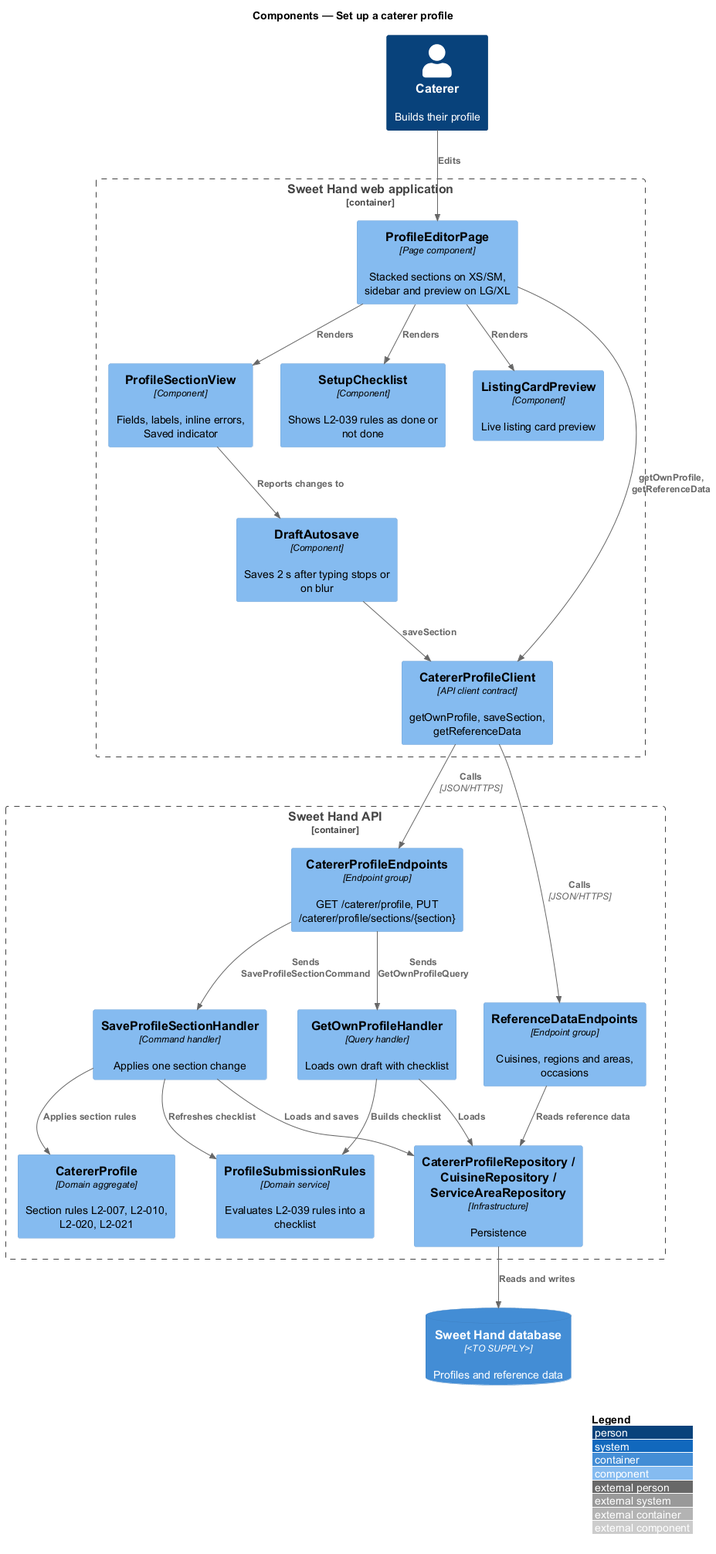
The PlantUML diagram docs/detailed-designs/caterer-profiles/set-up-profile/diagrams/c4-component.png in QuinntyneBrown/sweet-hand, before a commit.
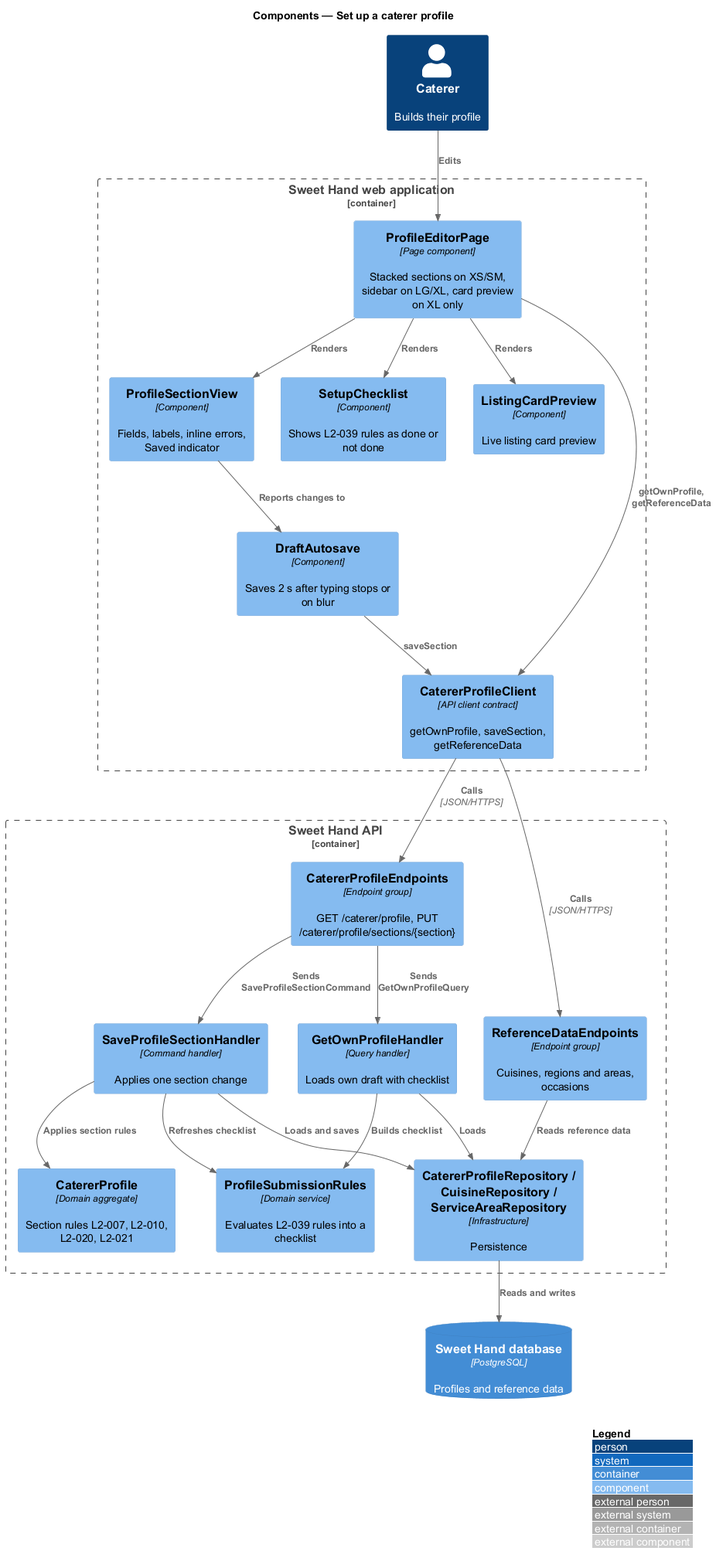
After the commit.

The edit, as a diff of the source:
```diff
@@ -5,7 +5,7 @@
 
 Person(caterer, "Caterer", "Builds their profile")
 Container_Boundary(web, "Sweet Hand web application") {
-  Component(page, "ProfileEditorPage", "Page component", "Stacked sections on XS/SM, sidebar and preview on LG/XL")
+  Component(page, "ProfileEditorPage", "Page component", "Stacked sections on XS/SM, sidebar on LG/XL, card preview on XL only")
   Component(section, "ProfileSectionView", "Component", "Fields, labels, inline errors, Saved indicator")
   Component(autosave, "DraftAutosave", "Component", "Saves 2 s after typing stops or on blur")
   Component(checklist, "SetupChecklist", "Component", "Shows L2-039 rules as done or not done")
@@ -21,7 +21,7 @@
   Component(rules, "ProfileSubmissionRules", "Domain service", "Evaluates L2-039 rules into a checklist")
   Component(repos, "CatererProfileRepository / CuisineRepository / ServiceAreaRepository", "Infrastructure", "Persistence")
 }
-ContainerDb(db, "Sweet Hand database", "<TO SUPPLY>", "Profiles and reference data")
+ContainerDb(db, "Sweet Hand database", "PostgreSQL", "Profiles and reference data")
 
 Rel(caterer, page, "Edits")
 Rel(page, section, "Renders")
```
